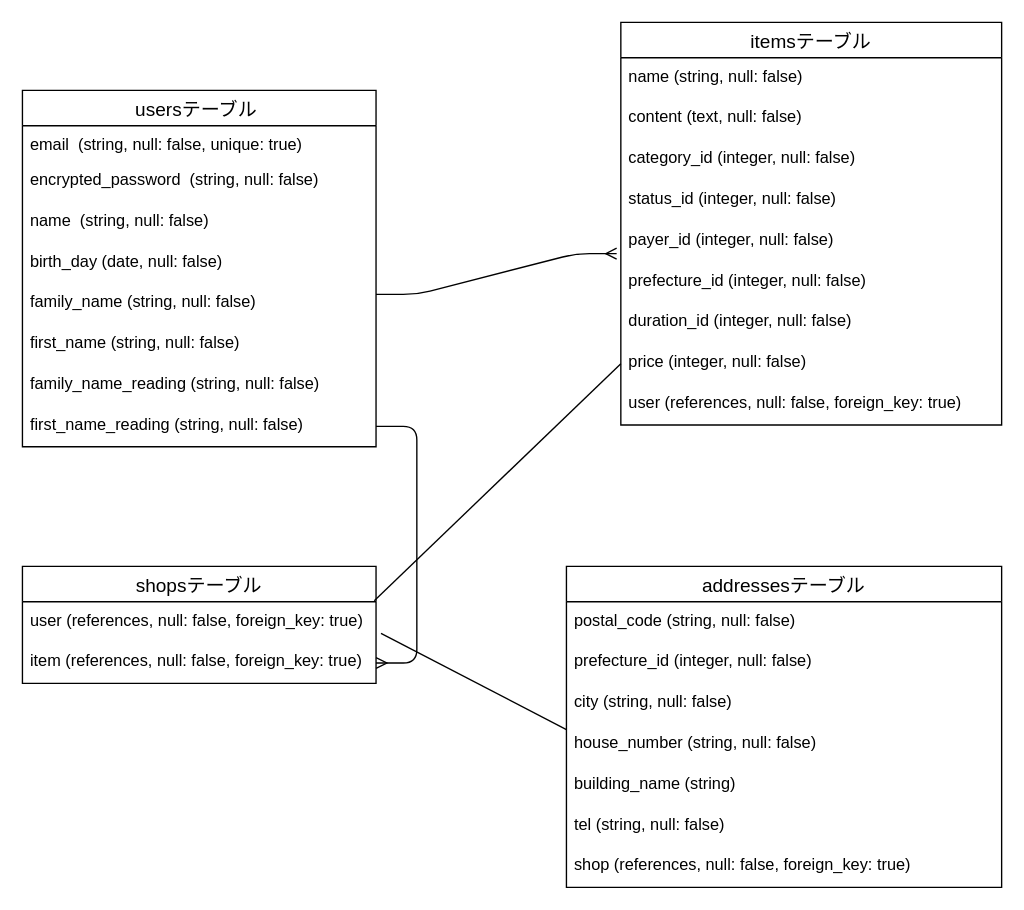
Before: furima-39267.dio in okuroshiro/furima-39267, a draw.io diagram. Source tidied: cells renumbered, new cells numbered last; positions are measured from the earlier drawing's top-left corner, leaving out a move shared by most shapes. Both pictures are drawn from the tidied source at 136%, with x=0, y=0 at pixel (22, 22).
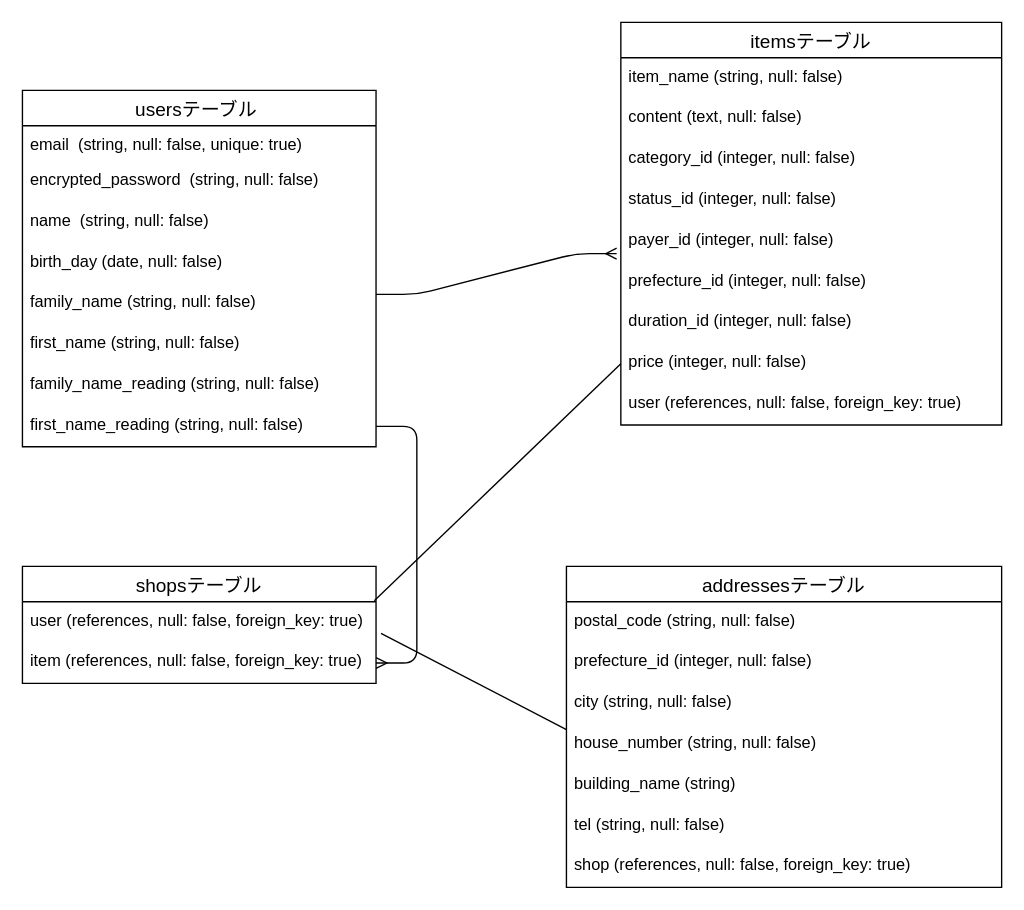
After the change.

Unchanged cells that the change refers to:
```xml
<mxCell id="11" value="itemsテーブル" style="swimlane;fontStyle=0;horizontal=1;startSize=26;align=center;fontSize=14;" parent="1" vertex="1">
  <mxGeometry x="440" width="280" height="296" as="geometry" />
</mxCell>
```

Diff of the diagram source:
```diff
@@
-    <mxCell id="12" value="name (string, null: false)" style="text;strokeColor=none;fillColor=none;spacingLeft=4;spacingRight=4;overflow=hidden;fontSize=12;" parent="11" vertex="1">
+    <mxCell id="12" value="item_name (string, null: false)" style="text;strokeColor=none;fillColor=none;spacingLeft=4;spacingRight=4;overflow=hidden;fontSize=12;" parent="11" vertex="1">
       <mxGeometry y="26" width="280" height="30" as="geometry" />
     </mxCell>
```
